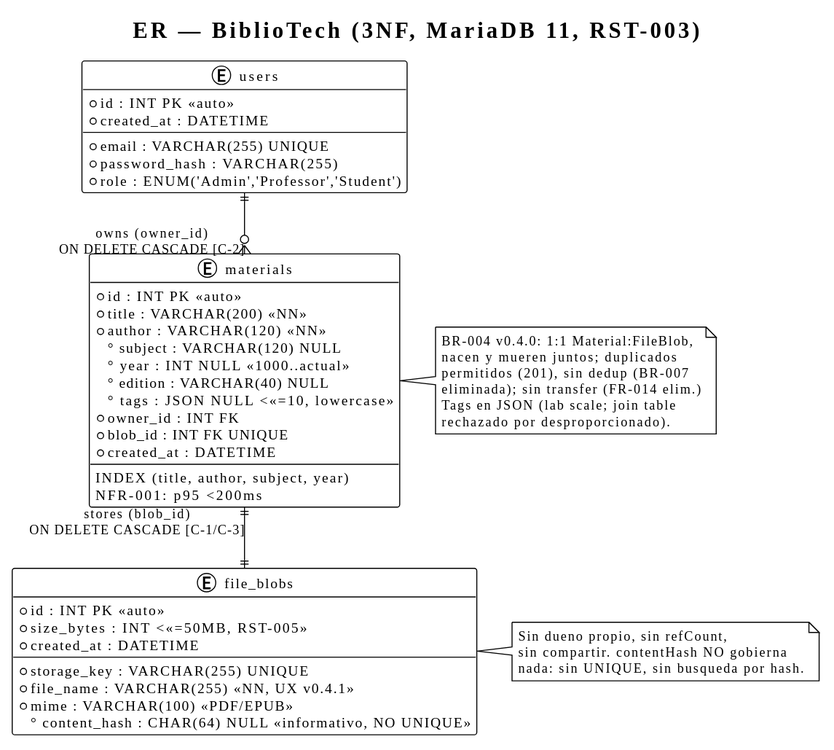
estebanmatias92/tecnicatura-practicas-profesionalizantes-ii keeps this PlantUML diagram as 2026-09-29-laboratorio-bibliotech/docs/03-architecture/data-model-er.svg. Above is the earlier version.
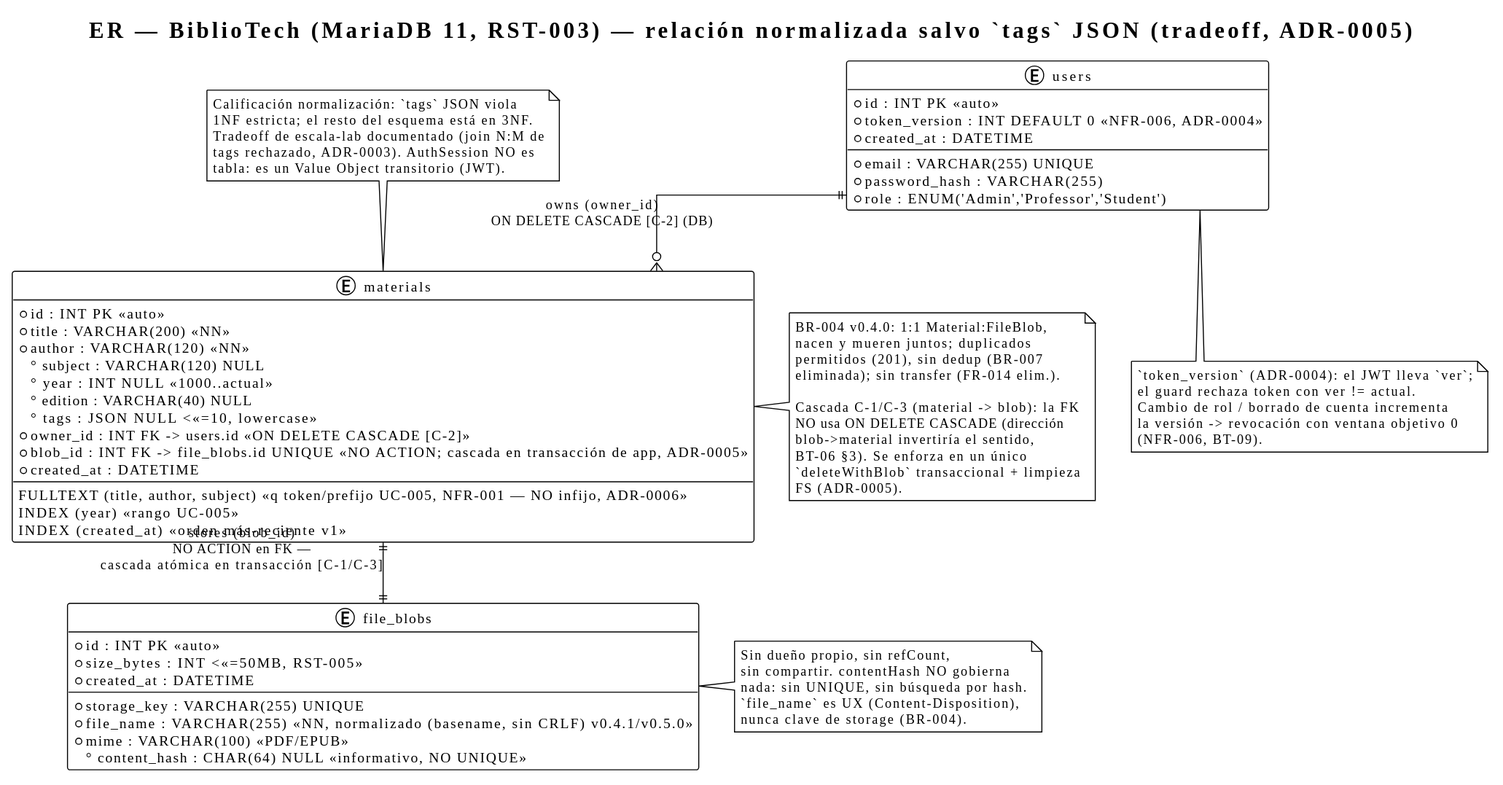
The same diagram one commit later.

The edit, as a diff of the source:
```diff
@@ -2,13 +2,14 @@
 !theme plain
 skinparam linetype ortho
 
-title ER — BiblioTech (3NF, MariaDB 11, RST-003)
+title ER — BiblioTech (MariaDB 11, RST-003) — relación normalizada salvo `tags` JSON (tradeoff, ADR-0005)
 
 entity "users" as users {
   * id : INT PK <<auto>>
   * email : VARCHAR(255) UNIQUE
   * password_hash : VARCHAR(255)
   * role : ENUM('Admin','Professor','Student')
+  * token_version : INT DEFAULT 0 <<NFR-006, ADR-0004>>
   * created_at : DATETIME
 }
 
@@ -20,38 +21,60 @@
   ° year : INT NULL <<1000..actual>>
   ° edition : VARCHAR(40) NULL
   ° tags : JSON NULL <<<=10, lowercase>>
-  * owner_id : INT FK
-  * blob_id : INT FK UNIQUE
+  * owner_id : INT FK -> users.id <<ON DELETE CASCADE [C-2]>>
+  * blob_id : INT FK -> file_blobs.id UNIQUE <<NO ACTION; cascada en transacción de app, ADR-0005>>
   * created_at : DATETIME
   --
-  INDEX (title, author, subject, year)
-  NFR-001: p95 <200ms
+  FULLTEXT (title, author, subject) <<q token/prefijo UC-005, NFR-001 — NO infijo, ADR-0006>>
+  INDEX (year) <<rango UC-005>>
+  INDEX (created_at) <<orden más-reciente v1>>
 }
 
 entity "file_blobs" as file_blobs {
   * id : INT PK <<auto>>
   * storage_key : VARCHAR(255) UNIQUE
-  * file_name : VARCHAR(255) <<NN, UX v0.4.1>>
+  * file_name : VARCHAR(255) <<NN, normalizado (basename, sin CRLF) v0.4.1/v0.5.0>>
   * mime : VARCHAR(100) <<PDF/EPUB>>
   * size_bytes : INT <<<=50MB, RST-005>>
   ° content_hash : CHAR(64) NULL <<informativo, NO UNIQUE>>
   * created_at : DATETIME
 }
 
-users ||--o{ materials : "owns (owner_id)\nON DELETE CASCADE [C-2]"
-materials ||--|| file_blobs : "stores (blob_id)\nON DELETE CASCADE [C-1/C-3]"
+users ||--o{ materials : "owns (owner_id)\nON DELETE CASCADE [C-2] (DB)"
+materials ||--|| file_blobs : "stores (blob_id)\nNO ACTION en FK —\ncascada atómica en transacción [C-1/C-3]"
 
 note right of materials
   BR-004 v0.4.0: 1:1 Material:FileBlob,
   nacen y mueren juntos; duplicados
   permitidos (201), sin dedup (BR-007
-  eliminada); sin transfer (FR-014 elim.)
-  Tags en JSON (lab scale; join table
-  rechazado por desproporcionado).
+  eliminada); sin transfer (FR-014 elim.).
+
+  Cascada C-1/C-3 (material -> blob): la FK
+  NO usa ON DELETE CASCADE (dirección
+  blob->material invertiría el sentido,
+  BT-06 §3). Se enforza en un único
+  `deleteWithBlob` transaccional + limpieza
+  FS (ADR-0005).
 end note
 note right of file_blobs
-  Sin dueno propio, sin refCount,
+  Sin dueño propio, sin refCount,
   sin compartir. contentHash NO gobierna
-  nada: sin UNIQUE, sin busqueda por hash.
+  nada: sin UNIQUE, sin búsqueda por hash.
+  `file_name` es UX (Content-Disposition),
+  nunca clave de storage (BR-004).
+end note
+note bottom of users
+  `token_version` (ADR-0004): el JWT lleva `ver`;
+  el guard rechaza token con ver != actual.
+  Cambio de rol / borrado de cuenta incrementa
+  la versión -> revocación con ventana objetivo 0
+  (NFR-006, BT-09).
+end note
+note top of materials
+  Calificación normalización: `tags` JSON viola
+  1NF estricta; el resto del esquema está en 3NF.
+  Tradeoff de escala-lab documentado (join N:M de
+  tags rechazado, ADR-0003). AuthSession NO es
+  tabla: es un Value Object transitorio (JWT).
 end note
 @enduml
```
